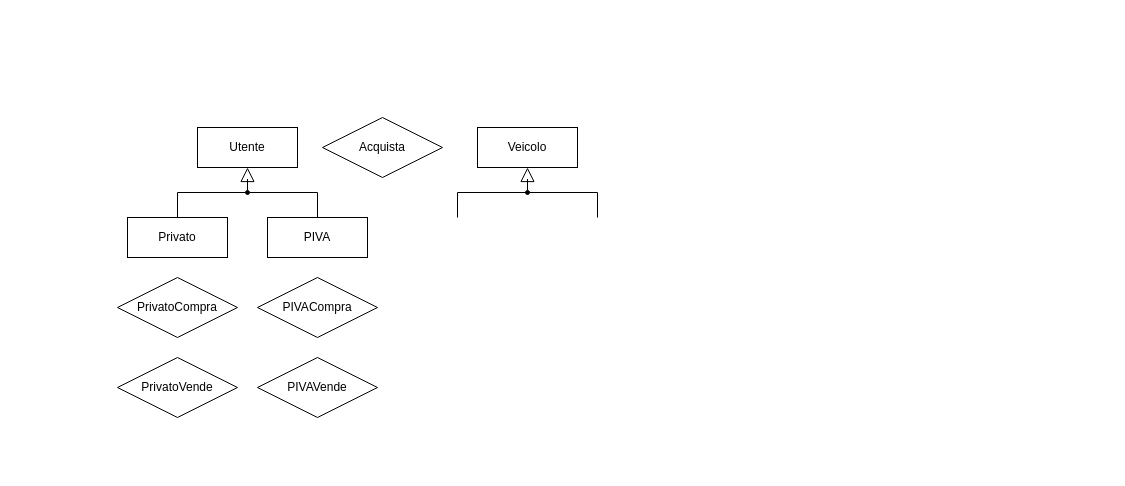
The draw.io diagram er.drawio in lucaribon/ProgettoBasi, before the edit. Source tidied: cells renumbered, new cells numbered last; positions are measured from the earlier drawing's top-left corner, leaving out a move shared by most shapes. Both pictures are drawn from the tidied source at 100%, with x=0, y=0 at pixel (117, 117).
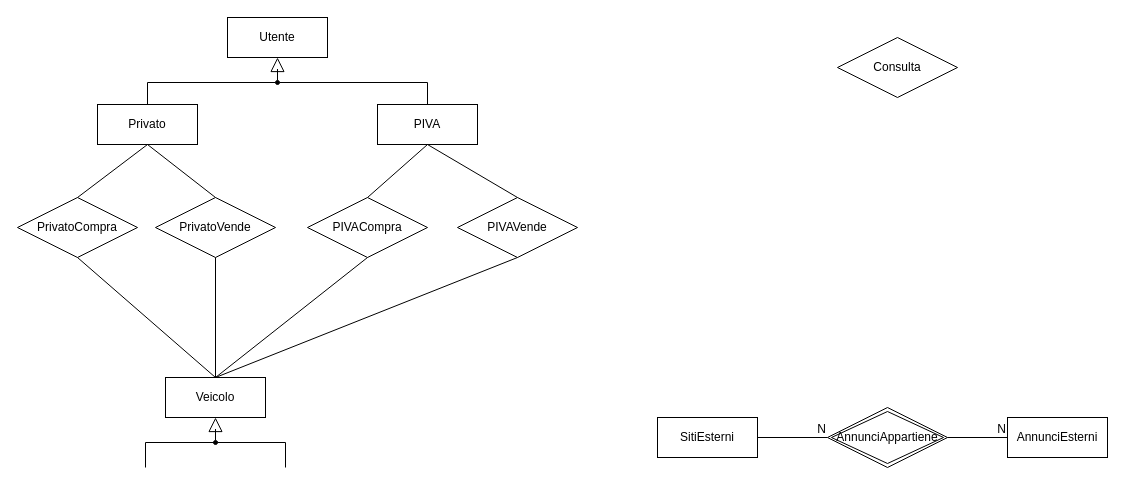
The same diagram, later.

Commit message:
aggiunti annunci/siti esterni er

Diff of the diagram source:
```diff
@@
-    <mxCell id="2" value="Acquista" style="shape=rhombus;perimeter=rhombusPerimeter;whiteSpace=wrap;html=1;align=center;" parent="1" vertex="1">
-      <mxGeometry x="205" width="120" height="60" as="geometry" />
+    <mxCell id="2" value="Consulta" style="shape=rhombus;perimeter=rhombusPerimeter;whiteSpace=wrap;html=1;align=center;" parent="1" vertex="1">
+      <mxGeometry x="720" y="-80" width="120" height="60" as="geometry" />
     </mxCell>
     <mxCell id="3" value="&lt;div&gt;Utente&lt;/div&gt;" style="whiteSpace=wrap;html=1;align=center;" parent="1" vertex="1">
-      <mxGeometry x="80" y="10" width="100" height="40" as="geometry" />
+      <mxGeometry x="110" y="-100" width="100" height="40" as="geometry" />
     </mxCell>
     <mxCell id="4" value="Veicolo" style="whiteSpace=wrap;html=1;align=center;" parent="1" vertex="1">
-      <mxGeometry x="360" y="10" width="100" height="40" as="geometry" />
+      <mxGeometry x="48" y="260" width="100" height="40" as="geometry" />
     </mxCell>
     <mxCell id="5" style="verticalAlign=bottom;html=1;ellipse;fillColor=strokeColor;fontFamily=Helvetica;fontSize=11;fontColor=default;" parent="1" vertex="1">
-      <mxGeometry x="408" y="73" width="4" height="4" as="geometry" />
+      <mxGeometry x="96" y="323" width="4" height="4" as="geometry" />
     </mxCell>
     <mxCell id="6" style="edgeStyle=elbowEdgeStyle;html=1;endSize=12;endArrow=block;endFill=0;elbow=horizontal;rounded=0;labelBackgroundColor=default;fontFamily=Helvetica;fontSize=11;fontColor=default;shape=connector;" parent="1" edge="1" source="5">
       <mxGeometry x="1" relative="1" as="geometry">
-        <mxPoint x="410" y="50" as="targetPoint" />
+        <mxPoint x="98" y="300" as="targetPoint" />
       </mxGeometry>
     </mxCell>
     <mxCell id="7" style="edgeStyle=elbowEdgeStyle;html=1;elbow=vertical;verticalAlign=bottom;endArrow=none;rounded=0;labelBackgroundColor=default;fontFamily=Helvetica;fontSize=11;fontColor=default;startSize=14;shape=connector;" parent="1" edge="1" source="5">
       <mxGeometry x="1" relative="1" as="geometry">
-        <mxPoint x="480" y="100" as="targetPoint" />
+        <mxPoint x="168" y="350" as="targetPoint" />
         <Array as="points">
-          <mxPoint x="450" y="75" />
+          <mxPoint x="138" y="325" />
         </Array>
       </mxGeometry>
     </mxCell>
     <mxCell id="8" style="edgeStyle=elbowEdgeStyle;html=1;elbow=vertical;verticalAlign=bottom;endArrow=none;rounded=0;labelBackgroundColor=default;fontFamily=Helvetica;fontSize=11;fontColor=default;startSize=14;shape=connector;exitX=1;exitY=0;exitDx=0;exitDy=0;" parent="1" edge="1" source="5">
       <mxGeometry x="1" relative="1" as="geometry">
-        <mxPoint x="340" y="100" as="targetPoint" />
+        <mxPoint x="28" y="350" as="targetPoint" />
         <Array as="points">
-          <mxPoint x="370" y="75" />
+          <mxPoint x="58" y="325" />
         </Array>
       </mxGeometry>
     </mxCell>
     <mxCell id="9" style="verticalAlign=bottom;html=1;ellipse;fillColor=strokeColor;fontFamily=Helvetica;fontSize=11;fontColor=default;" parent="1" vertex="1">
-      <mxGeometry x="128" y="73" width="4" height="4" as="geometry" />
+      <mxGeometry x="158" y="-37" width="4" height="4" as="geometry" />
     </mxCell>
     <mxCell id="10" style="edgeStyle=elbowEdgeStyle;html=1;endSize=12;endArrow=block;endFill=0;elbow=horizontal;rounded=0;labelBackgroundColor=default;fontFamily=Helvetica;fontSize=11;fontColor=default;shape=connector;" parent="1" edge="1" source="9">
       <mxGeometry x="1" relative="1" as="geometry">
-        <mxPoint x="130" y="50" as="targetPoint" />
+        <mxPoint x="160" y="-60" as="targetPoint" />
       </mxGeometry>
     </mxCell>
-    <mxCell id="11" style="edgeStyle=elbowEdgeStyle;html=1;elbow=vertical;verticalAlign=bottom;endArrow=none;rounded=0;labelBackgroundColor=default;fontFamily=Helvetica;fontSize=11;fontColor=default;startSize=14;shape=connector;" parent="1" edge="1" source="9">
+    <mxCell id="11" style="edgeStyle=elbowEdgeStyle;html=1;elbow=vertical;verticalAlign=bottom;endArrow=none;rounded=0;labelBackgroundColor=default;fontFamily=Helvetica;fontSize=11;fontColor=default;startSize=14;shape=connector;entryX=0.5;entryY=0;entryDx=0;entryDy=0;" parent="1" edge="1" source="9" target="14">
       <mxGeometry x="1" relative="1" as="geometry">
-        <mxPoint x="200" y="100" as="targetPoint" />
         <Array as="points">
-          <mxPoint x="170" y="75" />
+          <mxPoint x="200" y="-35" />
         </Array>
       </mxGeometry>
     </mxCell>
-    <mxCell id="12" style="edgeStyle=elbowEdgeStyle;html=1;elbow=vertical;verticalAlign=bottom;endArrow=none;rounded=0;labelBackgroundColor=default;fontFamily=Helvetica;fontSize=11;fontColor=default;startSize=14;shape=connector;" parent="1" edge="1" source="9">
+    <mxCell id="12" style="edgeStyle=elbowEdgeStyle;html=1;elbow=vertical;verticalAlign=bottom;endArrow=none;rounded=0;labelBackgroundColor=default;fontFamily=Helvetica;fontSize=11;fontColor=default;startSize=14;shape=connector;entryX=0.5;entryY=0;entryDx=0;entryDy=0;" parent="1" edge="1" source="9" target="13">
       <mxGeometry x="1" relative="1" as="geometry">
-        <mxPoint x="60" y="100" as="targetPoint" />
         <Array as="points">
-          <mxPoint x="90" y="75" />
+          <mxPoint x="120" y="-35" />
         </Array>
       </mxGeometry>
     </mxCell>
     <mxCell id="13" value="&lt;div&gt;Privato&lt;/div&gt;" style="whiteSpace=wrap;html=1;align=center;" parent="1" vertex="1">
-      <mxGeometry x="10" y="100" width="100" height="40" as="geometry" />
+      <mxGeometry x="-20" y="-13" width="100" height="40" as="geometry" />
     </mxCell>
     <mxCell id="14" value="&lt;div&gt;PIVA&lt;/div&gt;" style="whiteSpace=wrap;html=1;align=center;" parent="1" vertex="1">
-      <mxGeometry x="150" y="100" width="100" height="40" as="geometry" />
+      <mxGeometry x="260" y="-13" width="100" height="40" as="geometry" />
     </mxCell>
     <mxCell id="15" value="&lt;div&gt;PrivatoVende&lt;/div&gt;" style="shape=rhombus;perimeter=rhombusPerimeter;whiteSpace=wrap;html=1;align=center;" parent="1" vertex="1">
-      <mxGeometry y="240" width="120" height="60" as="geometry" />
+      <mxGeometry x="38" y="80" width="120" height="60" as="geometry" />
     </mxCell>
     <mxCell id="16" value="&lt;div&gt;PIVAVende&lt;/div&gt;" style="shape=rhombus;perimeter=rhombusPerimeter;whiteSpace=wrap;html=1;align=center;" parent="1" vertex="1">
-      <mxGeometry x="140" y="240" width="120" height="60" as="geometry" />
+      <mxGeometry x="340" y="80" width="120" height="60" as="geometry" />
     </mxCell>
     <mxCell id="17" value="&lt;div&gt;PrivatoCompra&lt;/div&gt;" style="shape=rhombus;perimeter=rhombusPerimeter;whiteSpace=wrap;html=1;align=center;" parent="1" vertex="1">
-      <mxGeometry y="160" width="120" height="60" as="geometry" />
+      <mxGeometry x="-100" y="80" width="120" height="60" as="geometry" />
     </mxCell>
     <mxCell id="18" value="PIVACompra" style="shape=rhombus;perimeter=rhombusPerimeter;whiteSpace=wrap;html=1;align=center;" parent="1" vertex="1">
-      <mxGeometry x="140" y="160" width="120" height="60" as="geometry" />
+      <mxGeometry x="190" y="80" width="120" height="60" as="geometry" />
     </mxCell>
+    <mxCell id="19" value="SitiEsterni" style="whiteSpace=wrap;html=1;align=center;" parent="1" vertex="1">
+      <mxGeometry x="540" y="300" width="100" height="40" as="geometry" />
+    </mxCell>
+    <mxCell id="20" value="AnnunciEsterni" style="whiteSpace=wrap;html=1;align=center;" parent="1" vertex="1">
+      <mxGeometry x="890" y="300" width="100" height="40" as="geometry" />
+    </mxCell>
+    <mxCell id="21" value="AnnunciAppartiene" style="shape=rhombus;double=1;perimeter=rhombusPerimeter;whiteSpace=wrap;html=1;align=center;" parent="1" vertex="1">
+      <mxGeometry x="710" y="290" width="120" height="60" as="geometry" />
+    </mxCell>
+    <mxCell id="22" style="endArrow=none;html=1;rounded=0;exitX=1;exitY=0.5;exitDx=0;exitDy=0;entryX=0;entryY=0.5;entryDx=0;entryDy=0;" parent="1" edge="1" source="21" target="20">
+      <mxGeometry relative="1" as="geometry" />
+    </mxCell>
+    <mxCell id="23" value="N" style="html=1;whiteSpace=wrap;align=right;verticalAlign=bottom;" parent="22" vertex="1">
+      <mxGeometry x="1" relative="1" as="geometry" />
+    </mxCell>
+    <mxCell id="24" style="endArrow=none;html=1;rounded=0;exitX=1;exitY=0.5;exitDx=0;exitDy=0;entryX=0;entryY=0.5;entryDx=0;entryDy=0;" parent="1" edge="1" source="19" target="21">
+      <mxGeometry relative="1" as="geometry" />
+    </mxCell>
+    <mxCell id="25" value="N" style="html=1;whiteSpace=wrap;align=right;verticalAlign=bottom;" parent="24" vertex="1">
+      <mxGeometry x="1" relative="1" as="geometry" />
+    </mxCell>
+    <mxCell id="26" style="endArrow=none;html=1;rounded=0;exitX=0.5;exitY=1;exitDx=0;exitDy=0;entryX=0.5;entryY=0;entryDx=0;entryDy=0;" parent="1" edge="1" source="17" target="4">
+      <mxGeometry relative="1" as="geometry" />
+    </mxCell>
+    <mxCell id="27" style="endArrow=none;html=1;rounded=0;exitX=0.5;exitY=0;exitDx=0;exitDy=0;entryX=0.5;entryY=1;entryDx=0;entryDy=0;" parent="1" edge="1" source="17" target="13">
+      <mxGeometry relative="1" as="geometry" />
+    </mxCell>
+    <mxCell id="28" style="endArrow=none;html=1;rounded=0;exitX=0.5;exitY=1;exitDx=0;exitDy=0;entryX=0.5;entryY=0;entryDx=0;entryDy=0;" parent="1" edge="1" source="13" target="15">
+      <mxGeometry relative="1" as="geometry" />
+    </mxCell>
+    <mxCell id="29" style="endArrow=none;html=1;rounded=0;exitX=0.5;exitY=1;exitDx=0;exitDy=0;entryX=0.5;entryY=0;entryDx=0;entryDy=0;" parent="1" edge="1" source="15" target="4">
+      <mxGeometry relative="1" as="geometry" />
+    </mxCell>
+    <mxCell id="30" style="endArrow=none;html=1;rounded=0;exitX=0.5;exitY=0;exitDx=0;exitDy=0;entryX=0.5;entryY=1;entryDx=0;entryDy=0;" parent="1" edge="1" source="4" target="18">
+      <mxGeometry relative="1" as="geometry" />
+    </mxCell>
+    <mxCell id="31" style="endArrow=none;html=1;rounded=0;exitX=0.5;exitY=0;exitDx=0;exitDy=0;entryX=0.5;entryY=1;entryDx=0;entryDy=0;" parent="1" edge="1" source="4" target="16">
+      <mxGeometry relative="1" as="geometry" />
+    </mxCell>
+    <mxCell id="32" style="endArrow=none;html=1;rounded=0;exitX=0.5;exitY=0;exitDx=0;exitDy=0;entryX=0.5;entryY=1;entryDx=0;entryDy=0;" parent="1" edge="1" source="18" target="14">
+      <mxGeometry relative="1" as="geometry" />
+    </mxCell>
+    <mxCell id="33" style="endArrow=none;html=1;rounded=0;exitX=0.5;exitY=0;exitDx=0;exitDy=0;entryX=0.5;entryY=1;entryDx=0;entryDy=0;" parent="1" edge="1" source="16" target="14">
+      <mxGeometry relative="1" as="geometry" />
+    </mxCell>
```
